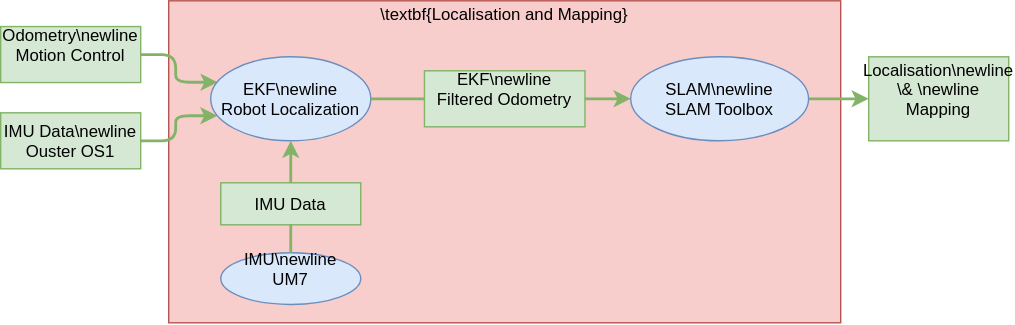
orjano-max/ORJANOS_MASTER_REPO keeps this draw.io diagram as Figures/figLocMapping.drawio.svg. Above is the earlier version. Source tidied: cells renumbered, new cells last; positions are measured from the earlier drawing's top-left corner, leaving out a move shared by most shapes.
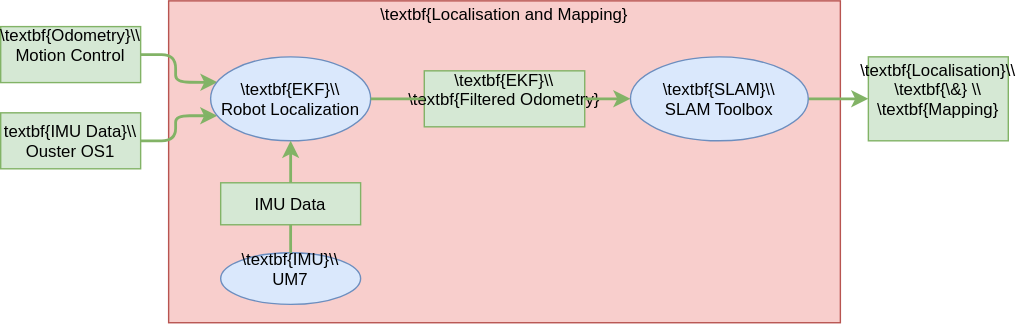
Above is the later version.

Change to the diagram source:
```diff
@@ -5,10 +5,10 @@
     <mxCell id="2" style="rounded=0;fillColor=#f8cecc;strokeColor=#b85450;" parent="1" vertex="1">
       <mxGeometry x="120" width="480" height="230" as="geometry" />
     </mxCell>
-    <mxCell id="3" value="IMU Data\newline&#10;Ouster OS1" style="rounded=0;fillColor=#d5e8d4;strokeColor=#82b366;" parent="1" vertex="1">
+    <mxCell id="3" value="textbf{IMU Data}\\&#10;Ouster OS1" style="rounded=0;fillColor=#d5e8d4;strokeColor=#82b366;" parent="1" vertex="1">
       <mxGeometry y="80" width="100" height="40" as="geometry" />
     </mxCell>
-    <mxCell id="4" value="Odometry\newline&#10;Motion Control&#10;" style="rounded=0;fillColor=#d5e8d4;strokeColor=#82b366;" parent="1" vertex="1">
+    <mxCell id="4" value="\textbf{Odometry}\\&#10;Motion Control&#10;" style="rounded=0;fillColor=#d5e8d4;strokeColor=#82b366;" parent="1" vertex="1">
       <mxGeometry y="18.4" width="100" height="40" as="geometry" />
     </mxCell>
     <mxCell id="5" style="edgeStyle=orthogonalEdgeStyle;jettySize=auto;fillColor=#d5e8d4;strokeColor=#82b366;strokeWidth=2;rounded=1;exitX=1;exitY=0.5;exitDx=0;exitDy=0;entryX=0.042;entryY=0.702;entryDx=0;entryDy=0;entryPerimeter=0;" parent="1" edge="1" source="3" target="12">
@@ -17,7 +17,7 @@
     <mxCell id="6" style="edgeStyle=orthogonalEdgeStyle;jettySize=auto;fillColor=#d5e8d4;strokeColor=#82b366;strokeWidth=2;rounded=1;exitX=1;exitY=0.5;exitDx=0;exitDy=0;entryX=0.043;entryY=0.303;entryDx=0;entryDy=0;entryPerimeter=0;" parent="1" edge="1" source="4" target="12">
       <mxGeometry relative="1" as="geometry" />
     </mxCell>
-    <mxCell id="7" value="Localisation\newline&#10;\&amp; \newline&#10;Mapping&#10;" style="rounded=0;fillColor=#d5e8d4;strokeColor=#82b366;" parent="1" vertex="1">
+    <mxCell id="7" value="\textbf{Localisation}\\&#10;\textbf{\&amp;} \\&#10;\textbf{Mapping}&#10;" style="rounded=0;fillColor=#d5e8d4;strokeColor=#82b366;" parent="1" vertex="1">
       <mxGeometry x="620" y="40" width="100" height="60" as="geometry" />
     </mxCell>
     <mxCell id="8" style="edgeStyle=orthogonalEdgeStyle;jettySize=auto;fillColor=#d5e8d4;strokeColor=#82b366;strokeWidth=2;rounded=1;exitX=1;exitY=0.5;exitDx=0;exitDy=0;entryX=0;entryY=0.5;entryDx=0;entryDy=0;" parent="1" edge="1" source="13" target="7">
@@ -26,16 +26,16 @@
     <mxCell id="9" value="\textbf{Localisation and Mapping}" style="text;strokeColor=none;fillColor=none;align=center;verticalAlign=middle;rounded=0;" parent="1" vertex="1">
       <mxGeometry x="238.7" width="242.6" height="18.4" as="geometry" />
     </mxCell>
-    <mxCell id="10" value="IMU\newline&#10;UM7&#10;" style="ellipse;fillColor=#dae8fc;strokeColor=#6c8ebf;fontStyle=0;" parent="1" vertex="1">
+    <mxCell id="10" value="\textbf{IMU}\\&#10;UM7&#10;" style="ellipse;fillColor=#dae8fc;strokeColor=#6c8ebf;fontStyle=0;" parent="1" vertex="1">
       <mxGeometry x="157.2" y="180" width="100" height="36.9" as="geometry" />
     </mxCell>
-    <mxCell id="11" value="EKF\newline&#10;Filtered Odometry&#10;" style="rounded=0;fillColor=#d5e8d4;strokeColor=#82b366;" parent="1" vertex="1">
+    <mxCell id="11" value="\textbf{EKF}\\&#10;\textbf{Filtered Odometry}&#10;" style="rounded=0;fillColor=#d5e8d4;strokeColor=#82b366;" parent="1" vertex="1">
       <mxGeometry x="302.7" y="50" width="114.6" height="40" as="geometry" />
     </mxCell>
-    <mxCell id="12" value="EKF\newline&#10;Robot Localization" style="ellipse;fillColor=#dae8fc;strokeColor=#6c8ebf;fontStyle=0;" parent="1" vertex="1">
+    <mxCell id="12" value="\textbf{EKF}\\&#10;Robot Localization" style="ellipse;fillColor=#dae8fc;strokeColor=#6c8ebf;fontStyle=0;" parent="1" vertex="1">
       <mxGeometry x="150" y="40" width="114.4" height="60" as="geometry" />
     </mxCell>
-    <mxCell id="13" value="SLAM\newline&#10;SLAM Toolbox" style="ellipse;fillColor=#dae8fc;strokeColor=#6c8ebf;fontStyle=0;" parent="1" vertex="1">
+    <mxCell id="13" value="\textbf{SLAM}\\&#10;SLAM Toolbox" style="ellipse;fillColor=#dae8fc;strokeColor=#6c8ebf;fontStyle=0;" parent="1" vertex="1">
       <mxGeometry x="450" y="40" width="127.1" height="60" as="geometry" />
     </mxCell>
     <mxCell id="14" value="IMU Data" style="rounded=0;fillColor=#d5e8d4;strokeColor=#82b366;" parent="1" vertex="1">
```
